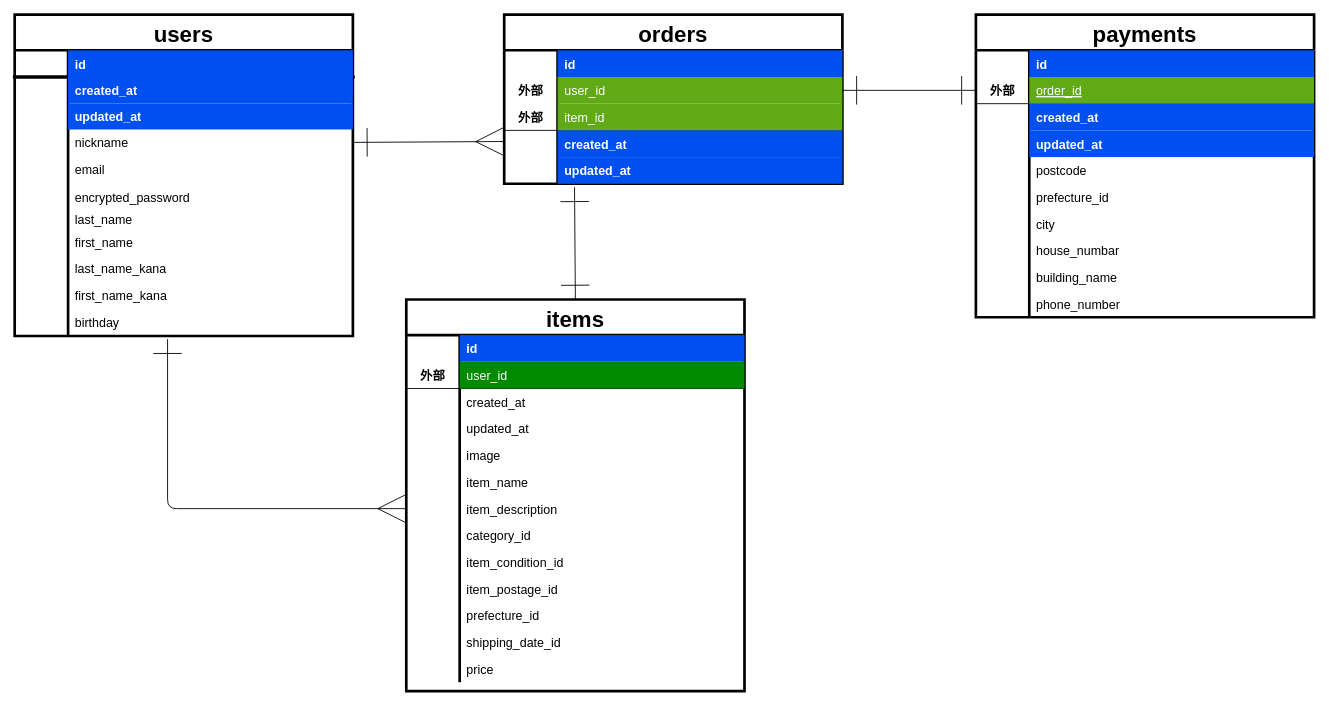
OwadaBaku/furima-39290 keeps this draw.io diagram as ER.dio. Above is the earlier version. Source tidied: cells renumbered, new cells numbered last; positions are measured from the earlier drawing's top-left corner, leaving out a move shared by most shapes. Both pictures are drawn from the tidied source at 89%, with x=0, y=0 at pixel (14, 14).
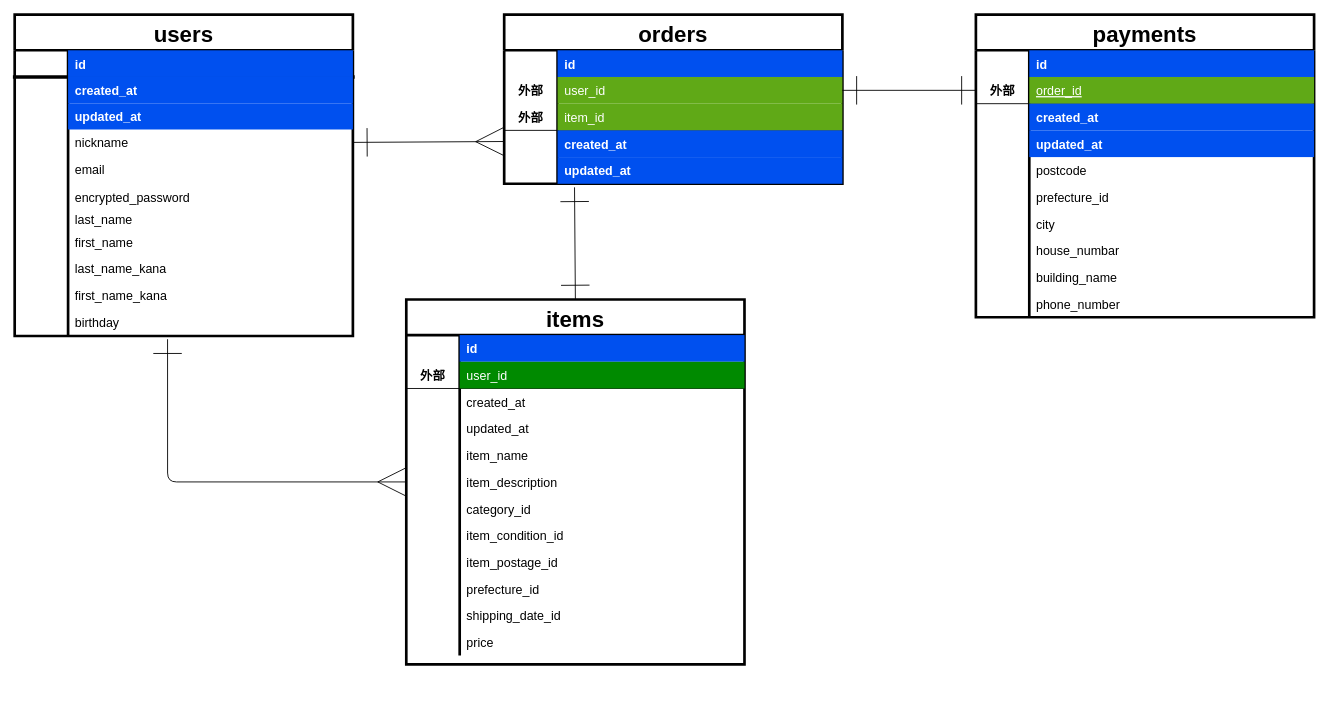
After the change.

Commit message (it also covers changes not shown here):
データベース設計Ver.2

Unchanged cells that the change refers to:
```xml
<mxCell id="73" style="shape=partialRectangle;fillColor=none;top=0;left=0;bottom=0;right=0;points=[[0,0.5],[1,0.5]];portConstraint=eastwest;" parent="42" vertex="1">
  <mxGeometry y="330" width="380" height="31" as="geometry" />
</mxCell>
```

Change to the diagram source:
```diff
@@
     <mxCell id="2" value="items" style="shape=table;startSize=40;childLayout=tableLayout;rowLines=0;fontStyle=1;align=center;rounded=0;fontSize=25;strokeWidth=3;swimlaneFillColor=none;perimeterSpacing=0;fillColor=none;" parent="1" vertex="1">
-      <mxGeometry x="440" y="320" width="380" height="440" as="geometry" />
+      <mxGeometry x="440" y="320" width="380" height="410" as="geometry" />
     </mxCell>
@@
-    <mxCell id="15" style="shape=partialRectangle;fillColor=none;top=0;left=0;bottom=0;right=0;" parent="2" vertex="1">
-      <mxGeometry y="160" width="380" height="30" as="geometry" />
-    </mxCell>
-    <mxCell id="16" style="shape=partialRectangle;fillColor=none;top=0;left=0;bottom=0;right=0;overflow=hidden;" parent="15" vertex="1">
-      <mxGeometry width="60" height="30" as="geometry" />
-    </mxCell>
-    <mxCell id="17" value="image" style="shape=partialRectangle;fillColor=none;top=0;left=0;bottom=0;right=0;align=left;spacingLeft=6;overflow=hidden;fontSize=14;" parent="15" vertex="1">
-      <mxGeometry x="60" width="320" height="30" as="geometry" />
-    </mxCell>
     <mxCell id="18" style="shape=partialRectangle;fillColor=none;top=0;left=0;bottom=0;right=0;" parent="2" vertex="1">
-      <mxGeometry y="190" width="380" height="30" as="geometry" />
+      <mxGeometry y="160" width="380" height="30" as="geometry" />
     </mxCell>
@@
     <mxCell id="21" style="shape=partialRectangle;fillColor=none;top=0;left=0;bottom=0;right=0;points=[[0,0.5],[1,0.5]];portConstraint=eastwest;" parent="2" vertex="1">
-      <mxGeometry y="220" width="380" height="30" as="geometry" />
+      <mxGeometry y="190" width="380" height="30" as="geometry" />
     </mxCell>
@@
     <mxCell id="24" style="shape=partialRectangle;fillColor=none;top=0;left=0;bottom=0;right=0;" parent="2" vertex="1">
-      <mxGeometry y="250" width="380" height="30" as="geometry" />
+      <mxGeometry y="220" width="380" height="30" as="geometry" />
     </mxCell>
@@
     <mxCell id="27" style="shape=partialRectangle;fillColor=none;top=0;left=0;bottom=0;right=0;" parent="2" vertex="1">
-      <mxGeometry y="280" width="380" height="30" as="geometry" />
+      <mxGeometry y="250" width="380" height="30" as="geometry" />
     </mxCell>
@@
     <mxCell id="30" style="shape=partialRectangle;fillColor=none;top=0;left=0;bottom=0;right=0;" parent="2" vertex="1">
-      <mxGeometry y="310" width="380" height="30" as="geometry" />
+      <mxGeometry y="280" width="380" height="30" as="geometry" />
     </mxCell>
@@
     <mxCell id="33" style="shape=partialRectangle;fillColor=none;top=0;left=0;bottom=0;right=0;" parent="2" vertex="1">
-      <mxGeometry y="340" width="380" height="30" as="geometry" />
+      <mxGeometry y="310" width="380" height="30" as="geometry" />
     </mxCell>
@@
     <mxCell id="36" style="shape=partialRectangle;fillColor=none;top=0;left=0;bottom=0;right=0;" parent="2" vertex="1">
-      <mxGeometry y="370" width="380" height="30" as="geometry" />
+      <mxGeometry y="340" width="380" height="30" as="geometry" />
     </mxCell>
@@
     <mxCell id="39" style="shape=partialRectangle;fillColor=none;top=0;left=0;bottom=0;right=0;" parent="2" vertex="1">
-      <mxGeometry y="400" width="380" height="30" as="geometry" />
+      <mxGeometry y="370" width="380" height="30" as="geometry" />
     </mxCell>
@@
-    <mxCell id="123" style="edgeStyle=orthogonalEdgeStyle;fontSize=12;html=1;endArrow=ERmany;endFill=0;startSize=30;endSize=30;exitX=0.452;exitY=1.118;exitDx=0;exitDy=0;exitPerimeter=0;entryX=0;entryY=0.5;entryDx=0;entryDy=0;targetPerimeterSpacing=30;sourcePerimeterSpacing=30;startArrow=ERone;startFill=0;" parent="1" edge="1" source="73" target="21">
+    <mxCell id="123" style="fontSize=12;html=1;endArrow=ERmany;endFill=0;startSize=30;endSize=30;exitX=0.452;exitY=1.118;exitDx=0;exitDy=0;exitPerimeter=0;targetPerimeterSpacing=30;sourcePerimeterSpacing=30;startArrow=ERone;startFill=0;edgeStyle=orthogonalEdgeStyle;elbow=vertical;entryX=0;entryY=0.5;entryDx=0;entryDy=0;" parent="1" edge="1" source="73" target="2">
       <mxGeometry relative="1" as="geometry">
         <Array as="points">
-          <mxPoint x="172" y="555" />
+          <mxPoint x="172" y="525" />
         </Array>
       </mxGeometry>
     </mxCell>
```
